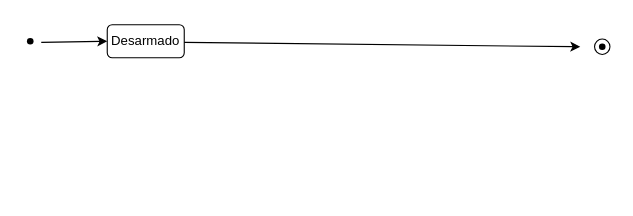
Before: Engenharia_de_Software_Fundamentos/Diagrama sem nome.drawio in GalegoSonolento/Computer-Science---Unisinos, a draw.io diagram. Source tidied: cells renumbered, new cells numbered last; positions are measured from the earlier drawing's top-left corner, leaving out a move shared by most shapes. Both pictures are drawn from the tidied source at 110%, with x=0, y=0 at pixel (19, 24).
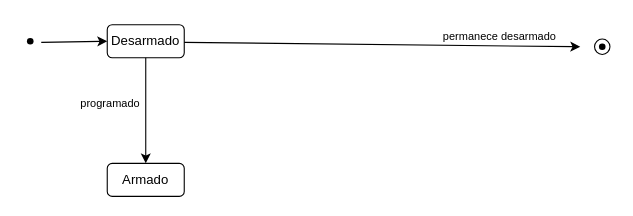
The same page after the edit.

The edit, as a diff of the source:
```diff
@@
 <mxGraphModel>
   <root>
     <mxCell id="0" />
     <mxCell id="1" parent="0" />
     <mxCell id="2" style="shape=waypoint;sketch=0;fillStyle=solid;size=6;fillColor=none;perimeter=centerPerimeter;" parent="1" vertex="1">
       <mxGeometry y="5" width="20" height="20" as="geometry" />
     </mxCell>
     <mxCell id="3" value="Desarmado" style="rounded=1;whiteSpace=wrap;html=1;" parent="1" vertex="1">
       <mxGeometry x="80" width="70" height="30" as="geometry" />
     </mxCell>
     <mxCell id="4" style="endArrow=classic;html=1;rounded=0;entryX=0;entryY=0.5;entryDx=0;entryDy=0;" parent="1" edge="1" target="3">
       <mxGeometry relative="1" as="geometry">
         <mxPoint x="20" y="16" as="sourcePoint" />
       </mxGeometry>
     </mxCell>
     <mxCell id="5" style="shape=waypoint;sketch=0;fillStyle=solid;size=6;fillColor=none;perimeter=centerPerimeter;" parent="1" vertex="1">
       <mxGeometry x="520" y="10" width="20" height="20" as="geometry" />
     </mxCell>
     <mxCell id="6" style="ellipse;whiteSpace=wrap;html=1;fillColor=none;" parent="1" vertex="1">
       <mxGeometry x="523" y="13" width="14" height="14" as="geometry" />
     </mxCell>
     <mxCell id="7" style="endArrow=classic;html=1;rounded=0;" parent="1" edge="1">
       <mxGeometry relative="1" as="geometry">
         <mxPoint x="150" y="16" as="sourcePoint" />
         <mxPoint x="510" y="20" as="targetPoint" />
       </mxGeometry>
     </mxCell>
+    <mxCell id="8" value="permanece desarmado" style="text;html=1;align=center;verticalAlign=middle;whiteSpace=wrap;rounded=0;fontSize=10;" parent="1" vertex="1">
+      <mxGeometry x="370" y="-5" width="134" height="30" as="geometry" />
+    </mxCell>
+    <mxCell id="9" value="Armado" style="rounded=1;whiteSpace=wrap;html=1;" parent="1" vertex="1">
+      <mxGeometry x="80" y="126" width="70" height="30" as="geometry" />
+    </mxCell>
+    <mxCell id="10" style="endArrow=classic;html=1;rounded=0;entryX=0.5;entryY=0;entryDx=0;entryDy=0;exitX=0.5;exitY=1;exitDx=0;exitDy=0;" parent="1" edge="1" source="3" target="9">
+      <mxGeometry relative="1" as="geometry" />
+    </mxCell>
+    <mxCell id="11" value="programado" style="text;html=1;align=center;verticalAlign=middle;whiteSpace=wrap;rounded=0;fontSize=10;" parent="1" vertex="1">
+      <mxGeometry x="16" y="56" width="134" height="30" as="geometry" />
+    </mxCell>
   </root>
 </mxGraphModel>
```
